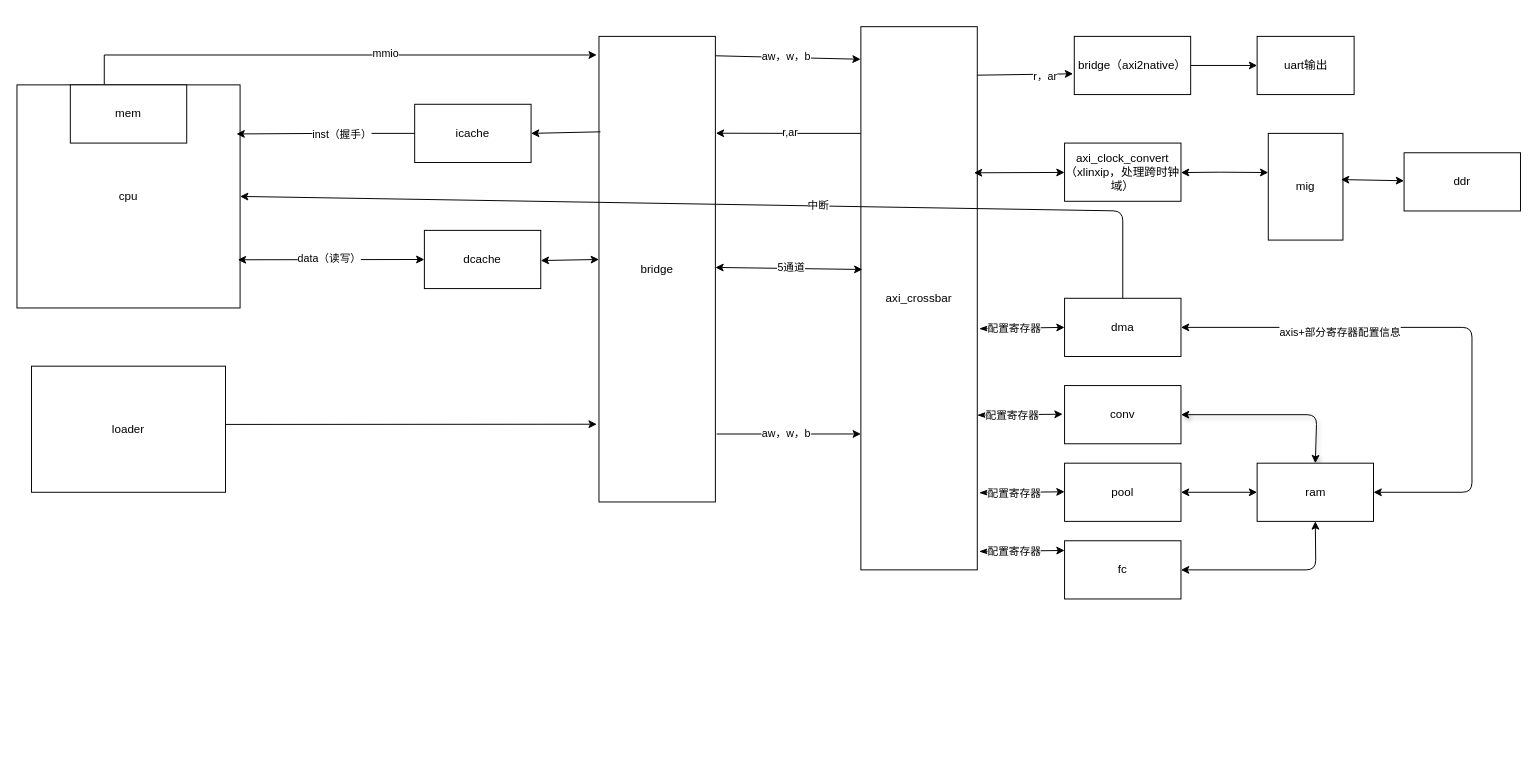
Before: architecture diagram/soc架构图.drawio in ssssss-dot/soc_learning, a draw.io diagram. Source tidied: cells renumbered, new cells numbered last; positions are measured from the earlier drawing's top-left corner, leaving out a move shared by most shapes. Both pictures are drawn from the tidied source at 97%, with x=0, y=0 at pixel (16, 26).
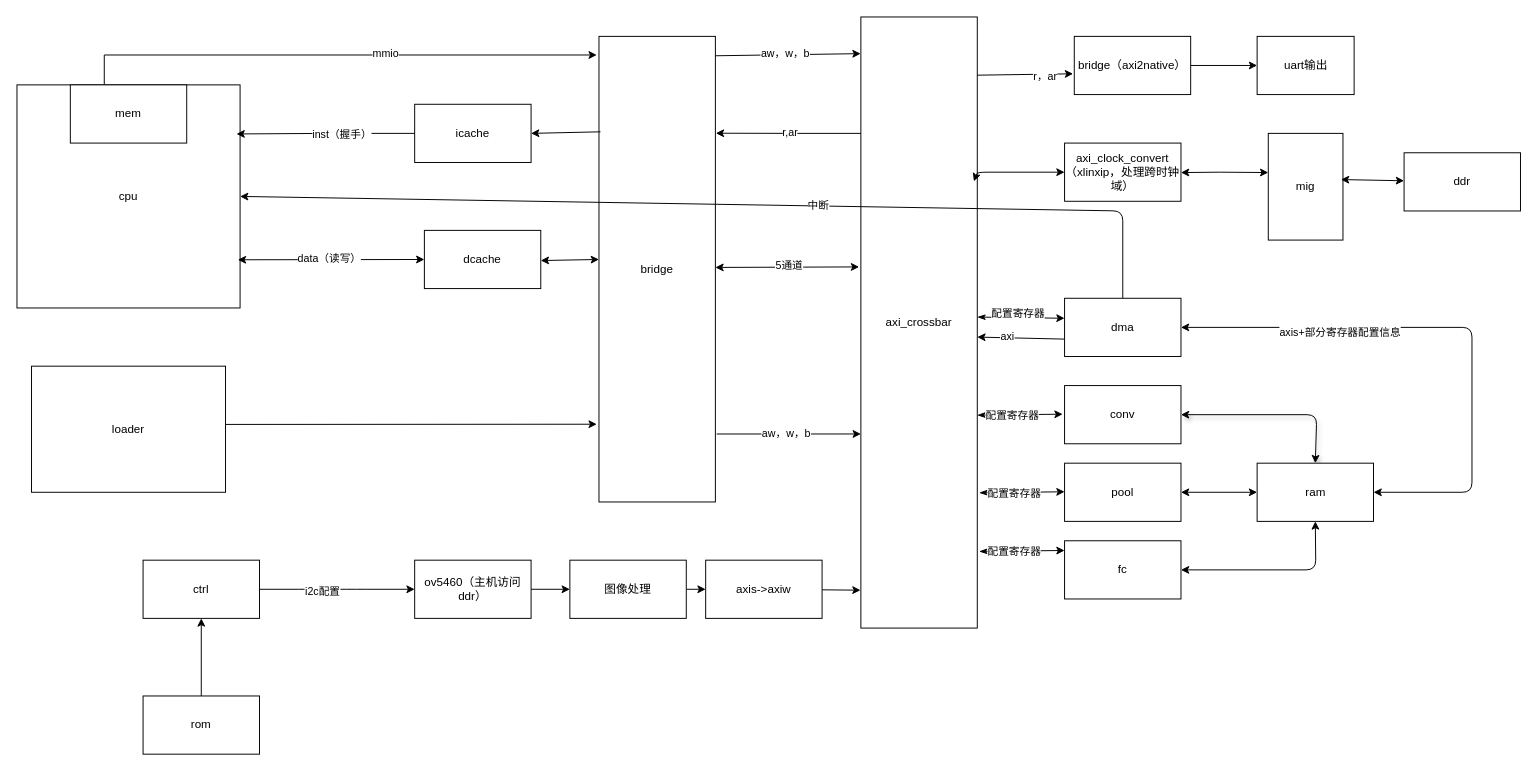
The same diagram, later.

Unchanged cells that the change refers to:
```xml
<mxCell id="17" value="axi_clock_convert（xlinxip，处理跨时钟域）" style="rounded=0;whiteSpace=wrap;html=1;" parent="1" vertex="1">
  <mxGeometry x="1080" y="120" width="120" height="60" as="geometry" />
</mxCell>
<mxCell id="38" value="dma" style="rounded=0;whiteSpace=wrap;html=1;" parent="1" vertex="1">
  <mxGeometry x="1080" y="280" width="120" height="60" as="geometry" />
</mxCell>
```

Change to the diagram source:
```diff
@@
     <mxCell id="10" value="axi_crossbar" style="rounded=0;whiteSpace=wrap;html=1;" parent="1" vertex="1">
-      <mxGeometry x="870" width="120" height="560" as="geometry" />
+      <mxGeometry x="870" y="-10" width="120" height="630" as="geometry" />
     </mxCell>
@@
-    <mxCell id="13" style="endArrow=classic;startArrow=classic;html=1;rounded=0;exitX=1.006;exitY=0.398;exitDx=0;exitDy=0;exitPerimeter=0;entryX=0.013;entryY=0.447;entryDx=0;entryDy=0;entryPerimeter=0;" parent="1" edge="1" target="10">
+    <mxCell id="13" style="endArrow=classic;startArrow=classic;html=1;rounded=0;exitX=1.006;exitY=0.398;exitDx=0;exitDy=0;exitPerimeter=0;entryX=-0.015;entryY=0.409;entryDx=0;entryDy=0;entryPerimeter=0;" parent="1" edge="1" target="10">
       <mxGeometry relative="1" as="geometry">
         <mxPoint x="720" y="248.2" as="sourcePoint" />
       </mxGeometry>
     </mxCell>
@@
+    <mxCell id="57" style="edgeStyle=none;html=1;" parent="1" edge="1">
+      <mxGeometry relative="1" as="geometry">
+        <mxPoint x="1080" y="322.1" as="sourcePoint" />
+        <mxPoint x="990" y="320" as="targetPoint" />
+      </mxGeometry>
+    </mxCell>
+    <mxCell id="58" value="axi" style="edgeLabel;html=1;align=center;verticalAlign=middle;" parent="57" vertex="1">
+      <mxGeometry x="0.34" y="-1" relative="1" as="geometry" />
+    </mxCell>
@@
-    <mxCell id="39" style="html=1;exitX=0;exitY=0.5;exitDx=0;exitDy=0;entryX=1.017;entryY=0.556;entryDx=0;entryDy=0;entryPerimeter=0;endArrow=classicThin;endFill=1;startArrow=classic;startFill=1;" parent="1" edge="1" source="38" target="10">
-      <mxGeometry relative="1" as="geometry" />
+    <mxCell id="39" style="html=1;exitX=0;exitY=0.5;exitDx=0;exitDy=0;entryX=1.001;entryY=0.506;entryDx=0;entryDy=0;entryPerimeter=0;endArrow=classicThin;endFill=1;startArrow=classic;startFill=1;" parent="1" edge="1">
+      <mxGeometry x="0.02" relative="1" as="geometry">
+        <mxPoint x="1080" y="300.6" as="sourcePoint" />
+        <mxPoint x="990.1" y="299.4" as="targetPoint" />
+      </mxGeometry>
     </mxCell>
     <mxCell id="40" value="配置寄存器" style="edgeLabel;html=1;align=center;verticalAlign=middle;" parent="39" vertex="1">
-      <mxGeometry x="0.2" relative="1" as="geometry" />
+      <mxGeometry x="0.2" relative="1" as="geometry">
+        <mxPoint x="5" y="-4" as="offset" />
+      </mxGeometry>
     </mxCell>
@@
     <mxCell id="45" style="edgeStyle=none;html=1;entryX=0.971;entryY=0.269;entryDx=0;entryDy=0;entryPerimeter=0;startArrow=classic;startFill=1;" parent="1" edge="1" source="17" target="10">
-      <mxGeometry relative="1" as="geometry" />
+      <mxGeometry relative="1" as="geometry">
+        <Array as="points">
+          <mxPoint x="990" y="150" />
+        </Array>
+      </mxGeometry>
     </mxCell>
@@
+    <mxCell id="59" style="edgeStyle=none;html=1;" parent="1" edge="1" source="60" target="65">
+      <mxGeometry relative="1" as="geometry" />
+    </mxCell>
+    <mxCell id="60" value="ov5460（主机访问ddr）" style="rounded=0;whiteSpace=wrap;html=1;" parent="1" vertex="1">
+      <mxGeometry x="410" y="550" width="120" height="60" as="geometry" />
+    </mxCell>
+    <mxCell id="61" style="edgeStyle=none;html=1;" parent="1" edge="1" source="63" target="60">
+      <mxGeometry x="-0.26" relative="1" as="geometry">
+        <Array as="points">
+          <mxPoint x="300" y="580" />
+          <mxPoint x="350" y="580" />
+        </Array>
+      </mxGeometry>
+    </mxCell>
+    <mxCell id="62" value="i2c配置" style="edgeLabel;html=1;align=center;verticalAlign=middle;" parent="61" vertex="1">
+      <mxGeometry x="-0.2" y="-1" relative="1" as="geometry" />
+    </mxCell>
+    <mxCell id="63" value="ctrl" style="rounded=0;whiteSpace=wrap;html=1;" parent="1" vertex="1">
+      <mxGeometry x="130" y="550" width="120" height="60" as="geometry" />
+    </mxCell>
+    <mxCell id="64" style="edgeStyle=none;html=1;" parent="1" edge="1" source="65" target="67">
+      <mxGeometry relative="1" as="geometry" />
+    </mxCell>
+    <mxCell id="65" value="图像处理" style="rounded=0;whiteSpace=wrap;html=1;" parent="1" vertex="1">
+      <mxGeometry x="570" y="550" width="120" height="60" as="geometry" />
+    </mxCell>
+    <mxCell id="66" style="edgeStyle=none;html=1;entryX=-0.003;entryY=0.938;entryDx=0;entryDy=0;entryPerimeter=0;" parent="1" edge="1" source="67" target="10">
+      <mxGeometry x="-0.42" relative="1" as="geometry" />
+    </mxCell>
+    <mxCell id="67" value="axis-&amp;gt;axiw" style="rounded=0;whiteSpace=wrap;html=1;" parent="1" vertex="1">
+      <mxGeometry x="710" y="550" width="120" height="60" as="geometry" />
+    </mxCell>
+    <mxCell id="68" style="edgeStyle=none;html=1;entryX=0.5;entryY=1;entryDx=0;entryDy=0;" parent="1" edge="1" source="69" target="63">
+      <mxGeometry relative="1" as="geometry" />
+    </mxCell>
+    <mxCell id="69" value="rom" style="rounded=0;whiteSpace=wrap;html=1;" parent="1" vertex="1">
+      <mxGeometry x="130" y="690" width="120" height="60" as="geometry" />
+    </mxCell>
```
